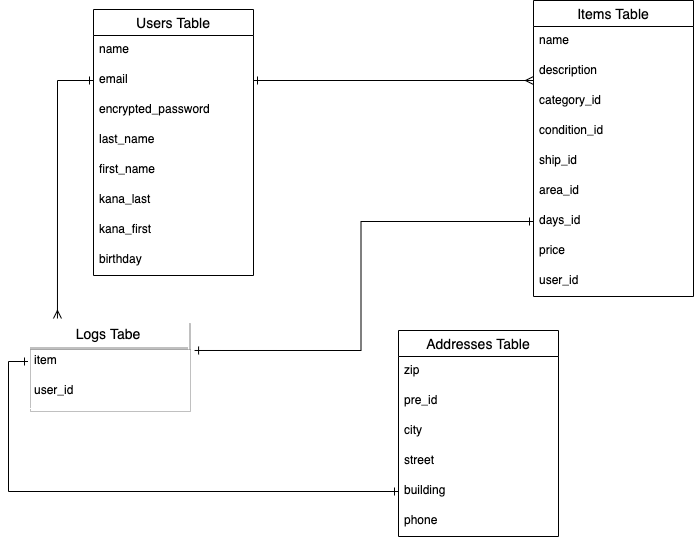
Before: er.drawio.png, a diagram exported from draw.io (takesuke23/furima-28180). Source tidied: cells renumbered, new cells last; positions are measured from the earlier drawing's top-left corner, leaving out a move shared by most shapes.
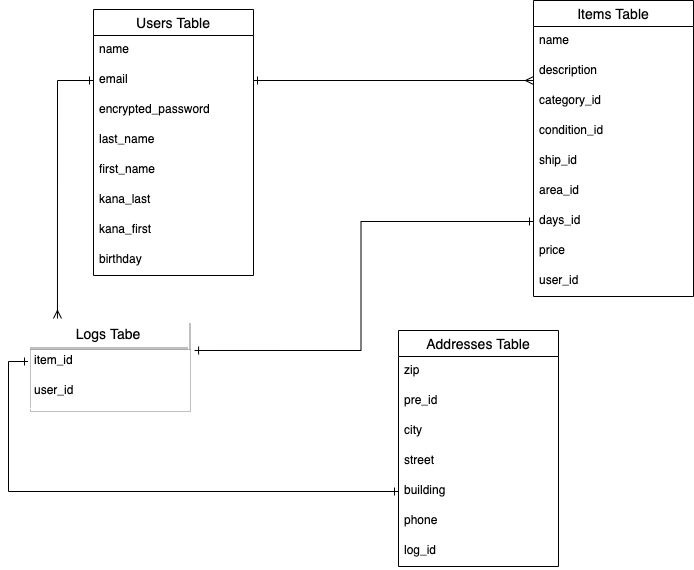
Above is the later version.

Commit message:
ER図とREADMEの修正5回目

Diff of the diagram source:
```diff
@@ -76,14 +76,14 @@
     <mxCell id="25" value="Logs Tabe" style="swimlane;fontStyle=0;horizontal=1;startSize=26;align=center;fontSize=14;perimeterSpacing=0;strokeColor=#FFFFFF;swimlaneLine=1;shadow=1;" parent="1" vertex="1">
       <mxGeometry y="320" width="160" height="88" as="geometry" />
     </mxCell>
-    <mxCell id="26" value="item" style="text;fillColor=none;spacingLeft=4;spacingRight=4;overflow=hidden;points=[[0,0.5],[1,0.5]];portConstraint=eastwest;fontSize=12;" parent="25" vertex="1">
+    <mxCell id="26" value="item_id" style="text;fillColor=none;spacingLeft=4;spacingRight=4;overflow=hidden;points=[[0,0.5],[1,0.5]];portConstraint=eastwest;fontSize=12;" parent="25" vertex="1">
       <mxGeometry y="26" width="160" height="30" as="geometry" />
     </mxCell>
     <mxCell id="27" value="user_id" style="text;strokeColor=none;fillColor=none;spacingLeft=4;spacingRight=4;overflow=hidden;fontSize=12;" parent="25" vertex="1">
       <mxGeometry y="56" width="160" height="32" as="geometry" />
     </mxCell>
     <mxCell id="28" value="Addresses Table" style="swimlane;fontStyle=0;horizontal=1;startSize=26;align=center;fontSize=14;" parent="1" vertex="1">
-      <mxGeometry x="370" y="330" width="160" height="206" as="geometry" />
+      <mxGeometry x="370" y="330" width="160" height="236" as="geometry" />
     </mxCell>
     <mxCell id="29" value="zip" style="text;strokeColor=none;fillColor=none;spacingLeft=4;spacingRight=4;overflow=hidden;fontSize=12;" parent="28" vertex="1">
       <mxGeometry y="26" width="160" height="30" as="geometry" />
@@ -103,5 +103,8 @@
     <mxCell id="34" value="phone" style="text;strokeColor=none;fillColor=none;spacingLeft=4;spacingRight=4;overflow=hidden;fontSize=12;" parent="28" vertex="1">
       <mxGeometry y="176" width="160" height="30" as="geometry" />
     </mxCell>
+    <mxCell id="35" value="log_id" style="text;strokeColor=none;fillColor=none;spacingLeft=4;spacingRight=4;overflow=hidden;fontSize=12;" parent="28" vertex="1">
+      <mxGeometry y="206" width="160" height="30" as="geometry" />
+    </mxCell>
   </root>
 </mxGraphModel>
```
